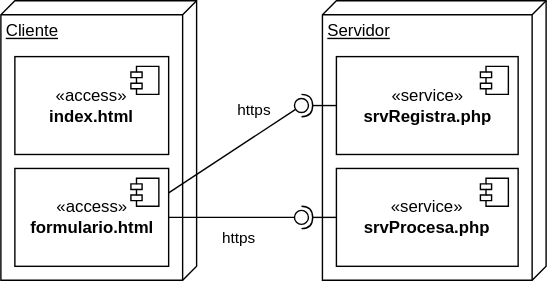
The draw.io diagram docs/img/m23token/srvtokendistribucion.drawio.svg in gilpgawoas/gilpgawoas.github.io, before a commit. Source tidied: cells renumbered, new cells last; positions are measured from the earlier drawing's top-left corner, leaving out a move shared by most shapes. Its diagram source:
```xml
<mxGraphModel>
  <root>
    <mxCell id="0" />
    <mxCell id="1" parent="0" />
    <mxCell id="2" value="Cliente" style="verticalAlign=top;align=left;spacingTop=8;spacingLeft=2;spacingRight=12;shape=cube;size=10;direction=south;fontStyle=4;html=1;" parent="1" vertex="1">
      <mxGeometry width="140" height="200" as="geometry" />
    </mxCell>
    <mxCell id="3" value="«access»&lt;br&gt;&lt;b&gt;formulario.html&lt;/b&gt;" style="html=1;" parent="1" vertex="1">
      <mxGeometry x="10" y="120" width="110" height="70" as="geometry" />
    </mxCell>
    <mxCell id="4" style="shape=module;jettyWidth=8;jettyHeight=4;" parent="3" vertex="1">
      <mxGeometry x="1" width="20" height="20" relative="1" as="geometry">
        <mxPoint x="-27" y="7" as="offset" />
      </mxGeometry>
    </mxCell>
    <mxCell id="5" value="Servidor" style="verticalAlign=top;align=left;spacingTop=8;spacingLeft=2;spacingRight=12;shape=cube;size=10;direction=south;fontStyle=4;html=1;" parent="1" vertex="1">
      <mxGeometry x="230" width="160" height="200" as="geometry" />
    </mxCell>
    <mxCell id="6" value="«service»&lt;br&gt;&lt;b style=&quot;border-color: var(--border-color);&quot;&gt;srvRegistra.php&lt;/b&gt;" style="html=1;" parent="1" vertex="1">
      <mxGeometry x="240" y="40" width="130" height="70" as="geometry" />
    </mxCell>
    <mxCell id="7" style="shape=module;jettyWidth=8;jettyHeight=4;" parent="6" vertex="1">
      <mxGeometry x="1" width="20" height="20" relative="1" as="geometry">
        <mxPoint x="-27" y="7" as="offset" />
      </mxGeometry>
    </mxCell>
    <mxCell id="8" value="https" style="rounded=0;jettySize=auto;html=1;endArrow=none;endFill=0;sketch=0;sourcePerimeterSpacing=0;targetPerimeterSpacing=0;exitX=1;exitY=0.25;exitDx=0;exitDy=0;" parent="1" edge="1" source="3" target="10">
      <mxGeometry x="0.55" y="16" relative="1" as="geometry" />
    </mxCell>
    <mxCell id="9" style="rounded=0;jettySize=auto;html=1;endArrow=halfCircle;endFill=0;entryX=0.5;entryY=0.5;endSize=6;strokeWidth=1;sketch=0;exitX=0;exitY=0.5;exitDx=0;exitDy=0;" parent="1" edge="1" source="6" target="10">
      <mxGeometry relative="1" as="geometry" />
    </mxCell>
    <mxCell id="10" style="ellipse;whiteSpace=wrap;html=1;align=center;points=[];outlineConnect=0;sketch=0;" parent="1" vertex="1">
      <mxGeometry x="210" y="70" width="10" height="10" as="geometry" />
    </mxCell>
    <mxCell id="11" value="«access»&lt;br&gt;&lt;b&gt;index.html&lt;/b&gt;" style="html=1;whiteSpace=wrap;" parent="1" vertex="1">
      <mxGeometry x="10" y="40" width="110" height="70" as="geometry" />
    </mxCell>
    <mxCell id="12" style="shape=module;jettyWidth=8;jettyHeight=4;" parent="11" vertex="1">
      <mxGeometry x="1" width="20" height="20" relative="1" as="geometry">
        <mxPoint x="-27" y="7" as="offset" />
      </mxGeometry>
    </mxCell>
    <mxCell id="13" value="«service»&lt;br&gt;&lt;b&gt;srvProcesa.php&lt;/b&gt;" style="html=1;whiteSpace=wrap;" parent="1" vertex="1">
      <mxGeometry x="240" y="120" width="130" height="70" as="geometry" />
    </mxCell>
    <mxCell id="14" style="shape=module;jettyWidth=8;jettyHeight=4;" parent="13" vertex="1">
      <mxGeometry x="1" width="20" height="20" relative="1" as="geometry">
        <mxPoint x="-27" y="7" as="offset" />
      </mxGeometry>
    </mxCell>
    <mxCell id="15" style="rounded=0;jettySize=auto;html=1;endArrow=halfCircle;endFill=0;endSize=6;strokeWidth=1;sketch=0;exitX=0;exitY=0.5;exitDx=0;exitDy=0;" parent="1" edge="1" source="13" target="17">
      <mxGeometry relative="1" as="geometry" />
    </mxCell>
    <mxCell id="16" value="https" style="rounded=0;jettySize=auto;html=1;endArrow=oval;endFill=0;sketch=0;sourcePerimeterSpacing=0;targetPerimeterSpacing=0;endSize=10;exitX=1;exitY=0.5;exitDx=0;exitDy=0;" parent="1" edge="1" source="3" target="17">
      <mxGeometry x="0.05" y="-15" relative="1" as="geometry" />
    </mxCell>
    <mxCell id="17" style="ellipse;whiteSpace=wrap;html=1;align=center;fillColor=none;strokeColor=none;perimeter=centerPerimeter;points=[];outlineConnect=1;" parent="1" vertex="1">
      <mxGeometry x="210" y="150" width="10" height="10" as="geometry" />
    </mxCell>
  </root>
</mxGraphModel>
```
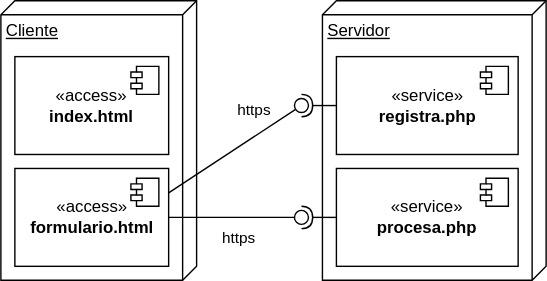
Above is the later version.

The edit, as a diff of the source:
```diff
@@ -16,7 +16,7 @@
     <mxCell id="5" value="Servidor" style="verticalAlign=top;align=left;spacingTop=8;spacingLeft=2;spacingRight=12;shape=cube;size=10;direction=south;fontStyle=4;html=1;" parent="1" vertex="1">
       <mxGeometry x="230" width="160" height="200" as="geometry" />
     </mxCell>
-    <mxCell id="6" value="«service»&lt;br&gt;&lt;b style=&quot;border-color: var(--border-color);&quot;&gt;srvRegistra.php&lt;/b&gt;" style="html=1;" parent="1" vertex="1">
+    <mxCell id="6" value="«service»&lt;br&gt;&lt;b style=&quot;border-color: var(--border-color);&quot;&gt;registra.php&lt;/b&gt;" style="html=1;" parent="1" vertex="1">
       <mxGeometry x="240" y="40" width="130" height="70" as="geometry" />
     </mxCell>
     <mxCell id="7" style="shape=module;jettyWidth=8;jettyHeight=4;" parent="6" vertex="1">
@@ -41,7 +41,7 @@
         <mxPoint x="-27" y="7" as="offset" />
       </mxGeometry>
     </mxCell>
-    <mxCell id="13" value="«service»&lt;br&gt;&lt;b&gt;srvProcesa.php&lt;/b&gt;" style="html=1;whiteSpace=wrap;" parent="1" vertex="1">
+    <mxCell id="13" value="«service»&lt;br&gt;&lt;b&gt;procesa.php&lt;/b&gt;" style="html=1;whiteSpace=wrap;" parent="1" vertex="1">
       <mxGeometry x="240" y="120" width="130" height="70" as="geometry" />
     </mxCell>
     <mxCell id="14" style="shape=module;jettyWidth=8;jettyHeight=4;" parent="13" vertex="1">
```
